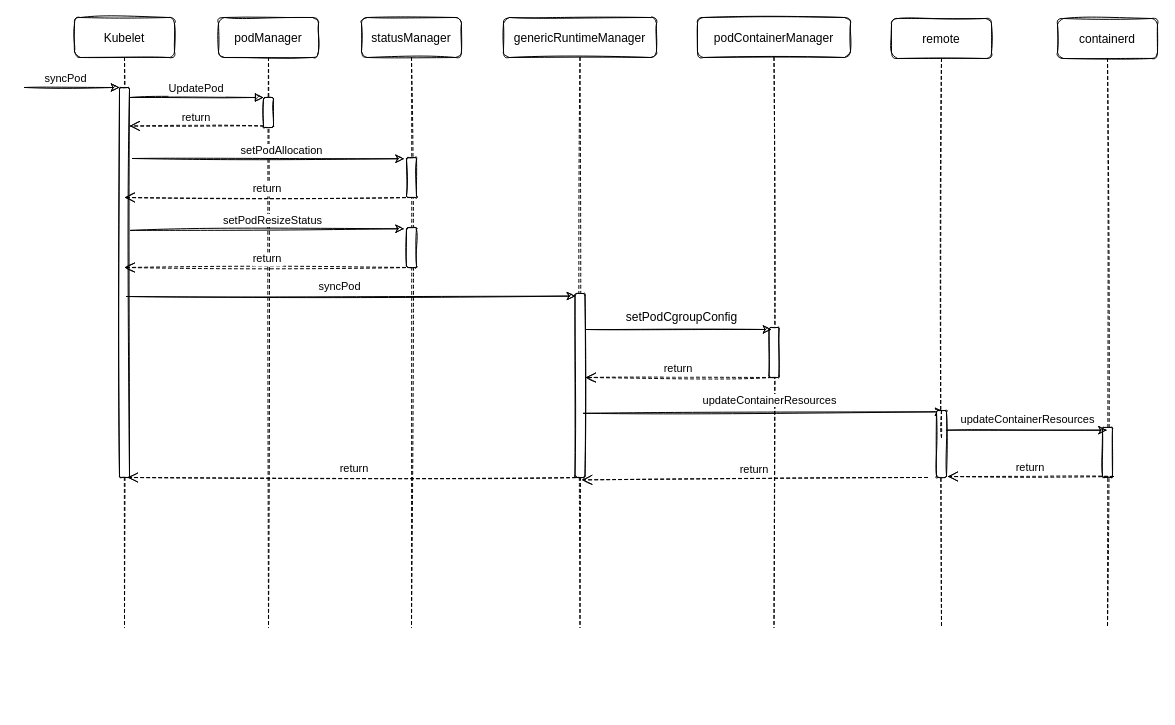
Earlier version of the draw.io diagram worklog/Untitled Diagram.drawio (ichbinblau/OTC_Work_Log). Source tidied: cells renumbered, new cells numbered last; positions are measured from the earlier drawing's top-left corner, leaving out a move shared by most shapes. Both pictures are drawn from the tidied source at 100%, with x=0, y=0 at pixel (24, 17).
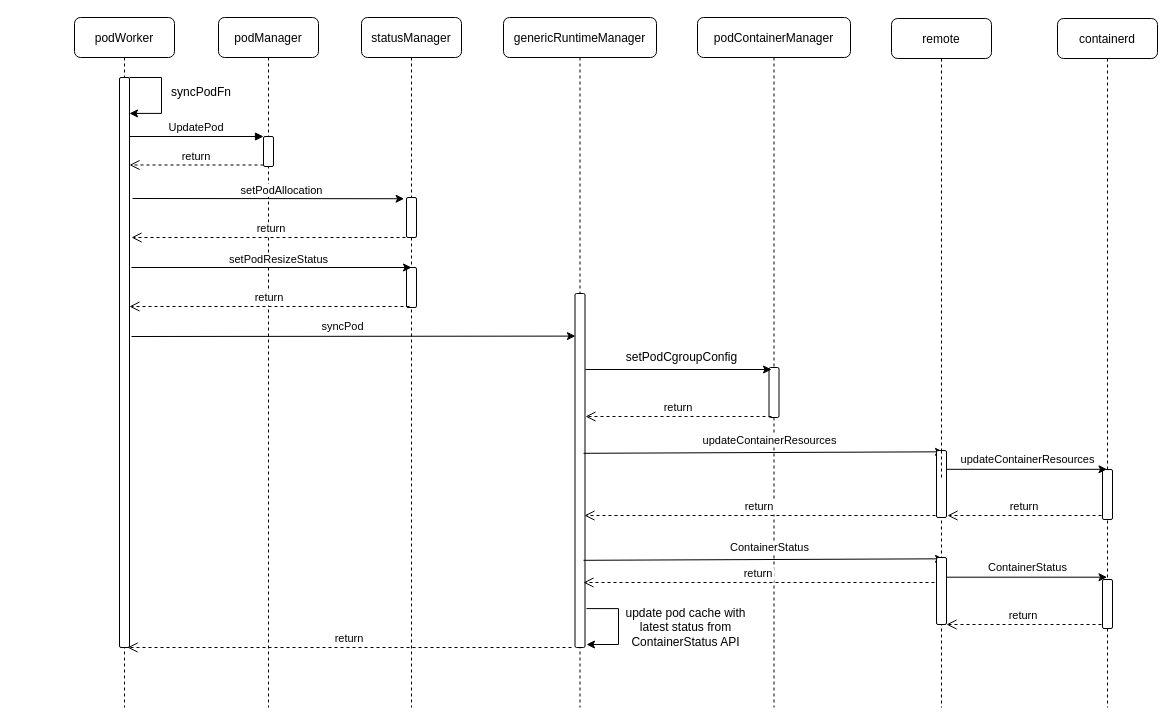
The same diagram, later.

Change to the diagram source:
```diff
@@
-    <mxCell id="2" value="Kubelet" style="shape=umlLifeline;perimeter=lifelinePerimeter;shadow=0;strokeWidth=1;rounded=1;sketch=1;" parent="1" vertex="1">
-      <mxGeometry x="50" width="100" height="610" as="geometry" />
+    <mxCell id="2" value="podWorker" style="shape=umlLifeline;perimeter=lifelinePerimeter;shadow=0;strokeWidth=1;rounded=1;" parent="1" vertex="1">
+      <mxGeometry x="50" width="100" height="690" as="geometry" />
     </mxCell>
-    <mxCell id="3" style="points=[];perimeter=orthogonalPerimeter;shadow=0;strokeWidth=1;rounded=1;sketch=1;" parent="2" vertex="1">
-      <mxGeometry x="45" y="70" width="10" height="390" as="geometry" />
+    <mxCell id="3" style="points=[];perimeter=orthogonalPerimeter;shadow=0;strokeWidth=1;rounded=1;" parent="2" vertex="1">
+      <mxGeometry x="45" y="60" width="10" height="570" as="geometry" />
     </mxCell>
-    <mxCell id="4" style="endArrow=classic;html=1;sketch=1;" parent="2" edge="1">
-      <mxGeometry relative="1" as="geometry">
-        <mxPoint x="-50" y="70" as="sourcePoint" />
-        <mxPoint x="45" y="70" as="targetPoint" />
-      </mxGeometry>
-    </mxCell>
-    <mxCell id="5" value="syncPod" style="edgeLabel;html=1;align=center;verticalAlign=middle;rounded=1;sketch=1;" parent="4" vertex="1">
-      <mxGeometry x="-0.15" y="1" relative="1" as="geometry">
-        <mxPoint y="-9" as="offset" />
-      </mxGeometry>
-    </mxCell>
+    <mxCell id="40" style="endArrow=classic;html=1;rounded=0;edgeStyle=orthogonalEdgeStyle;exitX=1.45;exitY=0.796;exitDx=0;exitDy=0;exitPerimeter=0;entryX=1.45;entryY=0.927;entryDx=0;entryDy=0;entryPerimeter=0;" parent="2" edge="1">
+      <mxGeometry relative="1" as="geometry">
+        <mxPoint x="55" y="60" as="sourcePoint" />
+        <mxPoint x="55" y="95.9" as="targetPoint" />
+        <Array as="points">
+          <mxPoint x="87" y="59.9" />
+          <mxPoint x="87" y="95.9" />
+        </Array>
+      </mxGeometry>
+    </mxCell>
-    <mxCell id="6" value="podManager" style="shape=umlLifeline;perimeter=lifelinePerimeter;shadow=0;strokeWidth=1;rounded=1;sketch=1;" parent="1" vertex="1">
-      <mxGeometry x="194" width="100" height="610" as="geometry" />
+    <mxCell id="6" value="podManager" style="shape=umlLifeline;perimeter=lifelinePerimeter;shadow=0;strokeWidth=1;rounded=1;" parent="1" vertex="1">
+      <mxGeometry x="194" width="100" height="690" as="geometry" />
     </mxCell>
-    <mxCell id="7" style="points=[];perimeter=orthogonalPerimeter;shadow=0;strokeWidth=1;rounded=1;sketch=1;" parent="6" vertex="1">
-      <mxGeometry x="45" y="80" width="10" height="30" as="geometry" />
+    <mxCell id="7" style="points=[];perimeter=orthogonalPerimeter;shadow=0;strokeWidth=1;rounded=1;" parent="6" vertex="1">
+      <mxGeometry x="45" y="119" width="10" height="30" as="geometry" />
     </mxCell>
-    <mxCell id="8" value="return" style="verticalAlign=bottom;endArrow=open;dashed=1;endSize=8;exitX=0;exitY=0.95;shadow=0;strokeWidth=1;sketch=1;" parent="1" edge="1" source="7" target="3">
-      <mxGeometry relative="1" as="geometry" />
+    <mxCell id="8" value="return" style="verticalAlign=bottom;endArrow=open;dashed=1;endSize=8;exitX=0;exitY=0.95;shadow=0;strokeWidth=1;" parent="1" edge="1">
+      <mxGeometry relative="1" as="geometry">
+        <mxPoint x="239" y="147.5" as="sourcePoint" />
+        <mxPoint x="105" y="147.5" as="targetPoint" />
+      </mxGeometry>
     </mxCell>
-    <mxCell id="9" value="UpdatePod" style="verticalAlign=bottom;endArrow=block;entryX=0;entryY=0;shadow=0;strokeWidth=1;sketch=1;" parent="1" edge="1" source="3" target="7">
-      <mxGeometry relative="1" as="geometry" />
+    <mxCell id="9" value="UpdatePod" style="verticalAlign=bottom;endArrow=block;entryX=0;entryY=0;shadow=0;strokeWidth=1;" parent="1" edge="1">
+      <mxGeometry relative="1" as="geometry">
+        <mxPoint x="105" y="119" as="sourcePoint" />
+        <mxPoint x="239" y="119" as="targetPoint" />
+      </mxGeometry>
     </mxCell>
-    <mxCell id="10" value="statusManager" style="shape=umlLifeline;perimeter=lifelinePerimeter;shadow=0;strokeWidth=1;rounded=1;sketch=1;" parent="1" vertex="1">
-      <mxGeometry x="337" width="100" height="610" as="geometry" />
+    <mxCell id="10" value="statusManager" style="shape=umlLifeline;perimeter=lifelinePerimeter;shadow=0;strokeWidth=1;rounded=1;" parent="1" vertex="1">
+      <mxGeometry x="337" width="100" height="690" as="geometry" />
     </mxCell>
-    <mxCell id="11" style="points=[];perimeter=orthogonalPerimeter;shadow=0;strokeWidth=1;rounded=1;sketch=1;" parent="10" vertex="1">
-      <mxGeometry x="45" y="140" width="10" height="40" as="geometry" />
+    <mxCell id="11" style="points=[];perimeter=orthogonalPerimeter;shadow=0;strokeWidth=1;rounded=1;" parent="10" vertex="1">
+      <mxGeometry x="45" y="180" width="10" height="40" as="geometry" />
     </mxCell>
-    <mxCell id="12" style="points=[];perimeter=orthogonalPerimeter;shadow=0;strokeWidth=1;rounded=1;sketch=1;" parent="10" vertex="1">
-      <mxGeometry x="45" y="210" width="10" height="40" as="geometry" />
+    <mxCell id="12" style="points=[];perimeter=orthogonalPerimeter;shadow=0;strokeWidth=1;rounded=1;" parent="10" vertex="1">
+      <mxGeometry x="45" y="250" width="10" height="40" as="geometry" />
     </mxCell>
-    <mxCell id="13" style="endArrow=classic;html=1;entryX=-0.24;entryY=0.031;entryDx=0;entryDy=0;entryPerimeter=0;exitX=0.56;exitY=0.433;exitDx=0;exitDy=0;exitPerimeter=0;sketch=1;" parent="10" edge="1" target="12">
-      <mxGeometry relative="1" as="geometry">
-        <mxPoint x="-231" y="212.9" as="sourcePoint" />
-      </mxGeometry>
-    </mxCell>
-    <mxCell id="14" value="setPodResizeStatus" style="edgeLabel;html=1;align=center;verticalAlign=middle;rounded=1;sketch=1;" parent="13" vertex="1">
-      <mxGeometry x="0.09" y="1" relative="1" as="geometry">
-        <mxPoint x="-7" y="-8" as="offset" />
-      </mxGeometry>
-    </mxCell>
-    <mxCell id="15" value="return" style="verticalAlign=bottom;endArrow=open;dashed=1;endSize=8;shadow=0;strokeWidth=1;sketch=1;" parent="10" edge="1">
+    <mxCell id="15" value="return" style="verticalAlign=bottom;endArrow=open;dashed=1;endSize=8;shadow=0;strokeWidth=1;" parent="10" edge="1">
       <mxGeometry relative="1" as="geometry">
-        <mxPoint x="50" y="250" as="sourcePoint" />
-        <mxPoint x="-237" y="250" as="targetPoint" />
+        <mxPoint x="48" y="289" as="sourcePoint" />
+        <mxPoint x="-232" y="289" as="targetPoint" />
       </mxGeometry>
     </mxCell>
+    <mxCell id="39" value="return" style="verticalAlign=bottom;endArrow=open;dashed=1;endSize=8;shadow=0;strokeWidth=1;" parent="10" edge="1">
+      <mxGeometry relative="1" as="geometry">
+        <mxPoint x="210" y="630" as="sourcePoint" />
+        <mxPoint x="-234" y="630" as="targetPoint" />
+      </mxGeometry>
+    </mxCell>
-    <mxCell id="16" style="endArrow=classic;html=1;entryX=-0.24;entryY=0.031;entryDx=0;entryDy=0;entryPerimeter=0;sketch=1;" parent="1" edge="1" target="11">
+    <mxCell id="16" style="endArrow=classic;html=1;entryX=-0.24;entryY=0.031;entryDx=0;entryDy=0;entryPerimeter=0;" parent="1" edge="1" target="11">
       <mxGeometry relative="1" as="geometry">
-        <mxPoint x="108" y="141" as="sourcePoint" />
+        <mxPoint x="108" y="181" as="sourcePoint" />
       </mxGeometry>
     </mxCell>
-    <mxCell id="17" value="setPodAllocation" style="edgeLabel;html=1;align=center;verticalAlign=middle;rounded=1;sketch=1;" parent="16" vertex="1">
+    <mxCell id="17" value="setPodAllocation" style="edgeLabel;html=1;align=center;verticalAlign=middle;rounded=1;" parent="16" vertex="1">
       <mxGeometry x="0.09" y="1" relative="1" as="geometry">
         <mxPoint y="-8" as="offset" />
       </mxGeometry>
     </mxCell>
-    <mxCell id="18" value="return" style="verticalAlign=bottom;endArrow=open;dashed=1;endSize=8;shadow=0;strokeWidth=1;sketch=1;" parent="1" edge="1">
-      <mxGeometry relative="1" as="geometry">
-        <mxPoint x="387" y="180" as="sourcePoint" />
-        <mxPoint x="100" y="180" as="targetPoint" />
-      </mxGeometry>
-    </mxCell>
-    <mxCell id="19" value="genericRuntimeManager" style="shape=umlLifeline;perimeter=lifelinePerimeter;shadow=0;strokeWidth=1;rounded=1;sketch=1;" parent="1" vertex="1">
-      <mxGeometry x="479" width="153" height="610" as="geometry" />
+    <mxCell id="19" value="genericRuntimeManager" style="shape=umlLifeline;perimeter=lifelinePerimeter;shadow=0;strokeWidth=1;rounded=1;" parent="1" vertex="1">
+      <mxGeometry x="479" width="153" height="690" as="geometry" />
     </mxCell>
-    <mxCell id="20" style="perimeter=orthogonalPerimeter;shadow=0;strokeWidth=1;rounded=1;sketch=1;" parent="19" vertex="1">
-      <mxGeometry x="71.5" y="276" width="10" height="184" as="geometry" />
+    <mxCell id="20" style="perimeter=orthogonalPerimeter;shadow=0;strokeWidth=1;rounded=1;" parent="19" vertex="1">
+      <mxGeometry x="71.5" y="276" width="10" height="354" as="geometry" />
     </mxCell>
+    <mxCell id="41" style="endArrow=classic;html=1;rounded=0;edgeStyle=orthogonalEdgeStyle;exitX=1.45;exitY=0.796;exitDx=0;exitDy=0;exitPerimeter=0;entryX=1.45;entryY=0.927;entryDx=0;entryDy=0;entryPerimeter=0;" parent="19" edge="1">
+      <mxGeometry relative="1" as="geometry">
+        <mxPoint x="83" y="591.1" as="sourcePoint" />
+        <mxPoint x="83" y="627" as="targetPoint" />
+        <Array as="points">
+          <mxPoint x="115" y="591" />
+          <mxPoint x="115" y="627" />
+        </Array>
+      </mxGeometry>
+    </mxCell>
+    <mxCell id="18" value="return" style="verticalAlign=bottom;endArrow=open;dashed=1;endSize=8;shadow=0;strokeWidth=1;" parent="1" edge="1">
+      <mxGeometry relative="1" as="geometry">
+        <mxPoint x="387" y="220" as="sourcePoint" />
+        <mxPoint x="107" y="220" as="targetPoint" />
+      </mxGeometry>
+    </mxCell>
-    <mxCell id="21" style="endArrow=classic;html=1;entryX=0.47;entryY=0.58;entryDx=0;entryDy=0;entryPerimeter=0;sketch=1;" parent="1" edge="1">
+    <mxCell id="21" style="endArrow=classic;html=1;entryX=0.47;entryY=0.58;entryDx=0;entryDy=0;entryPerimeter=0;" parent="1" edge="1">
       <mxGeometry relative="1" as="geometry">
-        <mxPoint x="102" y="279" as="sourcePoint" />
-        <mxPoint x="550.9" y="278.6" as="targetPoint" />
+        <mxPoint x="107" y="319" as="sourcePoint" />
+        <mxPoint x="550.9" y="318.6" as="targetPoint" />
       </mxGeometry>
     </mxCell>
-    <mxCell id="22" value="syncPod" style="edgeLabel;html=1;align=center;verticalAlign=middle;rounded=1;sketch=1;" parent="21" vertex="1">
+    <mxCell id="22" value="syncPod" style="edgeLabel;html=1;align=center;verticalAlign=middle;rounded=1;" parent="21" vertex="1">
       <mxGeometry x="-0.05" y="4" relative="1" as="geometry">
         <mxPoint y="-6" as="offset" />
       </mxGeometry>
     </mxCell>
-    <mxCell id="23" value="podContainerManager" style="shape=umlLifeline;perimeter=lifelinePerimeter;shadow=0;strokeWidth=1;rounded=1;sketch=1;" parent="1" vertex="1">
-      <mxGeometry x="673" width="153" height="610" as="geometry" />
+    <mxCell id="23" value="podContainerManager" style="shape=umlLifeline;perimeter=lifelinePerimeter;shadow=0;strokeWidth=1;rounded=1;" parent="1" vertex="1">
+      <mxGeometry x="673" width="153" height="690" as="geometry" />
     </mxCell>
-    <mxCell id="24" style="perimeter=orthogonalPerimeter;shadow=0;strokeWidth=1;rounded=1;sketch=1;" parent="23" vertex="1">
-      <mxGeometry x="71.5" y="310" width="10" height="50" as="geometry" />
+    <mxCell id="24" style="perimeter=orthogonalPerimeter;shadow=0;strokeWidth=1;rounded=1;" parent="23" vertex="1">
+      <mxGeometry x="71.5" y="350" width="10" height="50" as="geometry" />
     </mxCell>
-    <mxCell id="25" value="return" style="verticalAlign=bottom;endArrow=open;dashed=1;endSize=8;shadow=0;strokeWidth=1;sketch=1;" parent="23" edge="1">
+    <mxCell id="25" value="return" style="verticalAlign=bottom;endArrow=open;dashed=1;endSize=8;shadow=0;strokeWidth=1;" parent="23" edge="1">
       <mxGeometry relative="1" as="geometry">
-        <mxPoint x="74" y="360" as="sourcePoint" />
-        <mxPoint x="-112" y="360" as="targetPoint" />
+        <mxPoint x="74" y="399" as="sourcePoint" />
+        <mxPoint x="-112" y="399" as="targetPoint" />
       </mxGeometry>
     </mxCell>
+    <mxCell id="42" value="return" style="verticalAlign=bottom;endArrow=open;dashed=1;endSize=8;shadow=0;strokeWidth=1;" parent="23" edge="1">
+      <mxGeometry relative="1" as="geometry">
+        <mxPoint x="237" y="565" as="sourcePoint" />
+        <mxPoint x="-114" y="565" as="targetPoint" />
+      </mxGeometry>
+    </mxCell>
-    <mxCell id="26" style="endArrow=classic;html=1;sketch=1;" parent="1" edge="1">
+    <mxCell id="26" style="endArrow=classic;html=1;" parent="1" edge="1">
       <mxGeometry relative="1" as="geometry">
-        <mxPoint x="561" y="312" as="sourcePoint" />
-        <mxPoint x="747" y="312" as="targetPoint" />
+        <mxPoint x="561" y="352" as="sourcePoint" />
+        <mxPoint x="747" y="352" as="targetPoint" />
       </mxGeometry>
     </mxCell>
-    <mxCell id="27" value="setPodCgroupConfig" style="text;html=1;align=center;verticalAlign=middle;strokeColor=none;fillColor=none;rounded=1;sketch=1;" parent="1" vertex="1">
-      <mxGeometry x="592" y="290" width="130" height="20" as="geometry" />
+    <mxCell id="27" value="setPodCgroupConfig" style="text;html=1;align=center;verticalAlign=middle;strokeColor=none;fillColor=none;rounded=1;" parent="1" vertex="1">
+      <mxGeometry x="592" y="330" width="130" height="20" as="geometry" />
     </mxCell>
-    <mxCell id="28" value="remote" style="shape=umlLifeline;perimeter=lifelinePerimeter;shadow=0;strokeWidth=1;rounded=1;sketch=1;" parent="1" vertex="1">
-      <mxGeometry x="867" y="1" width="100" height="609" as="geometry" />
+    <mxCell id="28" value="remote" style="shape=umlLifeline;perimeter=lifelinePerimeter;shadow=0;strokeWidth=1;rounded=1;" parent="1" vertex="1">
+      <mxGeometry x="867" y="1" width="100" height="689" as="geometry" />
     </mxCell>
-    <mxCell id="29" value="return" style="verticalAlign=bottom;endArrow=open;dashed=1;endSize=8;shadow=0;strokeWidth=1;entryX=0.512;entryY=0.758;entryDx=0;entryDy=0;entryPerimeter=0;sketch=1;" parent="28" edge="1" target="19">
+    <mxCell id="29" value="return" style="verticalAlign=bottom;endArrow=open;dashed=1;endSize=8;shadow=0;strokeWidth=1;" parent="28" edge="1">
       <mxGeometry relative="1" as="geometry">
-        <mxPoint x="36" y="459" as="sourcePoint" />
+        <mxPoint x="44" y="497" as="sourcePoint" />
+        <mxPoint x="-307" y="497" as="targetPoint" />
       </mxGeometry>
     </mxCell>
-    <mxCell id="30" style="endArrow=classic;html=1;exitX=0.523;exitY=0.823;exitDx=0;exitDy=0;exitPerimeter=0;entryX=0.52;entryY=0.631;entryDx=0;entryDy=0;entryPerimeter=0;sketch=1;" parent="1" edge="1">
+    <mxCell id="30" style="endArrow=classic;html=1;exitX=0.523;exitY=0.823;exitDx=0;exitDy=0;exitPerimeter=0;entryX=0.52;entryY=0.631;entryDx=0;entryDy=0;entryPerimeter=0;" parent="1" edge="1">
       <mxGeometry relative="1" as="geometry">
-        <mxPoint x="559" y="395.8" as="sourcePoint" />
-        <mxPoint x="919" y="394.3" as="targetPoint" />
+        <mxPoint x="559" y="435.8" as="sourcePoint" />
+        <mxPoint x="919" y="434.3" as="targetPoint" />
       </mxGeometry>
     </mxCell>
-    <mxCell id="31" value="updateContainerResources" style="edgeLabel;html=1;align=center;verticalAlign=middle;rounded=1;sketch=1;" parent="30" vertex="1">
+    <mxCell id="31" value="updateContainerResources" style="edgeLabel;html=1;align=center;verticalAlign=middle;rounded=1;" parent="30" vertex="1">
       <mxGeometry x="-0.17" y="-2" relative="1" as="geometry">
         <mxPoint x="36" y="-15" as="offset" />
       </mxGeometry>
     </mxCell>
-    <mxCell id="32" style="points=[];perimeter=orthogonalPerimeter;shadow=0;strokeWidth=1;rounded=1;sketch=1;" parent="1" vertex="1">
-      <mxGeometry x="912" y="393" width="10" height="67" as="geometry" />
+    <mxCell id="32" style="points=[];perimeter=orthogonalPerimeter;shadow=0;strokeWidth=1;rounded=1;" parent="1" vertex="1">
+      <mxGeometry x="912" y="433" width="10" height="67" as="geometry" />
     </mxCell>
-    <mxCell id="33" style="verticalAlign=bottom;endArrow=none;dashed=1;endSize=8;shadow=0;strokeWidth=1;sketch=1;" parent="1" edge="1" target="32">
+    <mxCell id="33" style="verticalAlign=bottom;endArrow=none;dashed=1;endSize=8;shadow=0;strokeWidth=1;" parent="1" edge="1" target="32">
       <mxGeometry relative="1" as="geometry">
-        <mxPoint x="917" y="420" as="sourcePoint" />
+        <mxPoint x="917" y="460" as="sourcePoint" />
       </mxGeometry>
     </mxCell>
-    <mxCell id="34" value="containerd" style="shape=umlLifeline;perimeter=lifelinePerimeter;shadow=0;strokeWidth=1;rounded=1;sketch=1;" parent="1" vertex="1">
-      <mxGeometry x="1033" y="1" width="100" height="609" as="geometry" />
+    <mxCell id="34" value="containerd" style="shape=umlLifeline;perimeter=lifelinePerimeter;shadow=0;strokeWidth=1;rounded=1;" parent="1" vertex="1">
+      <mxGeometry x="1033" y="1" width="100" height="689" as="geometry" />
     </mxCell>
-    <mxCell id="35" style="perimeter=orthogonalPerimeter;shadow=0;strokeWidth=1;rounded=1;sketch=1;" parent="34" vertex="1">
-      <mxGeometry x="45" y="409" width="10" height="50" as="geometry" />
+    <mxCell id="35" style="perimeter=orthogonalPerimeter;shadow=0;strokeWidth=1;rounded=1;" parent="34" vertex="1">
+      <mxGeometry x="45" y="451" width="10" height="50" as="geometry" />
     </mxCell>
-    <mxCell id="36" value="return" style="verticalAlign=bottom;endArrow=open;dashed=1;endSize=8;shadow=0;strokeWidth=1;sketch=1;" parent="34" edge="1">
+    <mxCell id="36" value="return" style="verticalAlign=bottom;endArrow=open;dashed=1;endSize=8;shadow=0;strokeWidth=1;" parent="34" edge="1">
       <mxGeometry relative="1" as="geometry">
-        <mxPoint x="56" y="458" as="sourcePoint" />
-        <mxPoint x="-110" y="458" as="targetPoint" />
+        <mxPoint x="44" y="497" as="sourcePoint" />
+        <mxPoint x="-110" y="497" as="targetPoint" />
       </mxGeometry>
     </mxCell>
+    <mxCell id="43" style="perimeter=orthogonalPerimeter;shadow=0;strokeWidth=1;rounded=1;" parent="34" vertex="1">
+      <mxGeometry x="45" y="561" width="10" height="49" as="geometry" />
+    </mxCell>
-    <mxCell id="37" style="endArrow=classic;html=1;exitX=0.552;exitY=0.676;exitDx=0;exitDy=0;exitPerimeter=0;sketch=1;" parent="1" edge="1" source="28" target="34">
-      <mxGeometry relative="1" as="geometry" />
+    <mxCell id="37" style="endArrow=classic;html=1;exitX=0.552;exitY=0.676;exitDx=0;exitDy=0;exitPerimeter=0;" parent="1" edge="1">
+      <mxGeometry relative="1" as="geometry">
+        <mxPoint x="922.2" y="451.8" as="sourcePoint" />
+        <mxPoint x="1082.5" y="451.8" as="targetPoint" />
+      </mxGeometry>
     </mxCell>
-    <mxCell id="38" value="updateContainerResources" style="edgeLabel;html=1;align=center;verticalAlign=middle;rounded=1;sketch=1;" parent="1" vertex="1">
-      <mxGeometry x="1002" y="401.2" as="geometry" />
+    <mxCell id="38" value="updateContainerResources" style="edgeLabel;html=1;align=center;verticalAlign=middle;rounded=1;" parent="1" vertex="1">
+      <mxGeometry x="1002" y="441.2" as="geometry" />
     </mxCell>
-    <mxCell id="39" value="return" style="verticalAlign=bottom;endArrow=open;dashed=1;endSize=8;shadow=0;strokeWidth=1;sketch=1;" parent="1" edge="1">
-      <mxGeometry relative="1" as="geometry">
-        <mxPoint x="557" y="460" as="sourcePoint" />
-        <mxPoint x="103" y="460" as="targetPoint" />
-      </mxGeometry>
-    </mxCell>
+    <mxCell id="44" value="update pod cache with latest status from ContainerStatus API" style="text;html=1;strokeColor=none;fillColor=none;align=center;verticalAlign=middle;whiteSpace=wrap;rounded=0;" parent="1" vertex="1">
+      <mxGeometry x="591" y="595" width="141" height="30" as="geometry" />
+    </mxCell>
+    <mxCell id="45" style="endArrow=classic;html=1;exitX=0.523;exitY=0.823;exitDx=0;exitDy=0;exitPerimeter=0;entryX=0.52;entryY=0.631;entryDx=0;entryDy=0;entryPerimeter=0;" parent="1" edge="1">
+      <mxGeometry relative="1" as="geometry">
+        <mxPoint x="559" y="542.8" as="sourcePoint" />
+        <mxPoint x="919" y="541.3" as="targetPoint" />
+      </mxGeometry>
+    </mxCell>
+    <mxCell id="46" value="ContainerStatus" style="edgeLabel;html=1;align=center;verticalAlign=middle;rounded=1;" parent="45" vertex="1">
+      <mxGeometry x="-0.17" y="-2" relative="1" as="geometry">
+        <mxPoint x="36" y="-15" as="offset" />
+      </mxGeometry>
+    </mxCell>
+    <mxCell id="47" style="perimeter=orthogonalPerimeter;shadow=0;strokeWidth=1;rounded=1;" parent="1" vertex="1">
+      <mxGeometry x="912" y="540" width="10" height="67" as="geometry" />
+    </mxCell>
+    <mxCell id="48" style="endArrow=classic;html=1;exitX=0.552;exitY=0.676;exitDx=0;exitDy=0;exitPerimeter=0;" parent="1" edge="1">
+      <mxGeometry relative="1" as="geometry">
+        <mxPoint x="922.2" y="559.7" as="sourcePoint" />
+        <mxPoint x="1082.5" y="559.7" as="targetPoint" />
+      </mxGeometry>
+    </mxCell>
+    <mxCell id="49" value="ContainerStatus" style="edgeLabel;html=1;align=center;verticalAlign=middle;" parent="48" vertex="1">
+      <mxGeometry x="-0.25" y="-2" relative="1" as="geometry">
+        <mxPoint x="20" y="-12" as="offset" />
+      </mxGeometry>
+    </mxCell>
+    <mxCell id="50" value="return" style="verticalAlign=bottom;endArrow=open;dashed=1;endSize=8;shadow=0;strokeWidth=1;" parent="1" edge="1">
+      <mxGeometry relative="1" as="geometry">
+        <mxPoint x="1077" y="607" as="sourcePoint" />
+        <mxPoint x="922" y="607" as="targetPoint" />
+      </mxGeometry>
+    </mxCell>
+    <mxCell id="13" style="endArrow=classic;html=1;" parent="1" edge="1">
+      <mxGeometry relative="1" as="geometry">
+        <mxPoint x="107" y="250" as="sourcePoint" />
+        <mxPoint x="387" y="250" as="targetPoint" />
+      </mxGeometry>
+    </mxCell>
+    <mxCell id="14" value="setPodResizeStatus" style="edgeLabel;html=1;align=center;verticalAlign=middle;rounded=1;" parent="13" vertex="1">
+      <mxGeometry x="0.09" y="1" relative="1" as="geometry">
+        <mxPoint x="-7" y="-8" as="offset" />
+      </mxGeometry>
+    </mxCell>
+    <mxCell id="51" value="syncPodFn" style="text;html=1;strokeColor=none;fillColor=none;align=center;verticalAlign=middle;whiteSpace=wrap;rounded=0;" parent="1" vertex="1">
+      <mxGeometry x="127" y="60" width="100" height="30" as="geometry" />
+    </mxCell>
```
